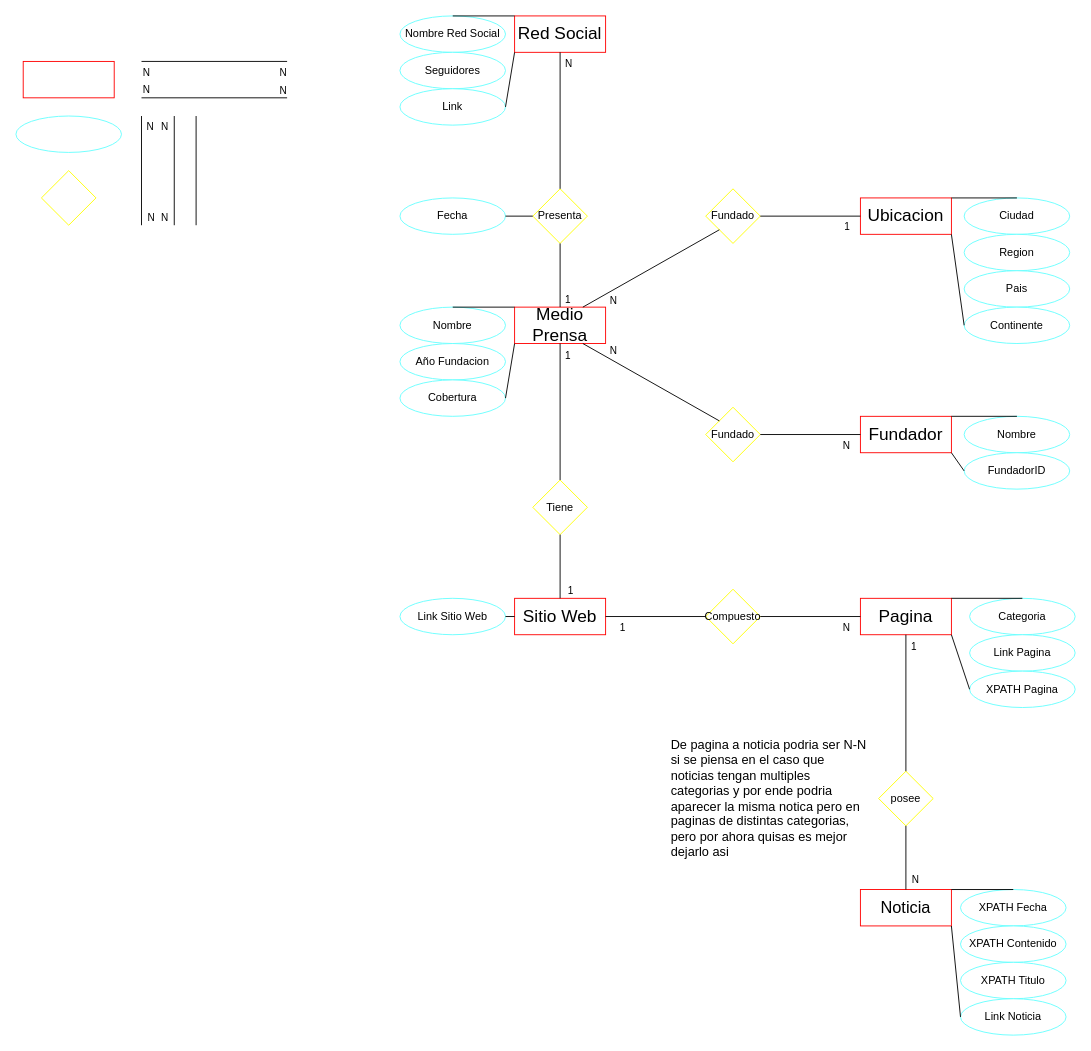
Before: Diagrama V2.drawio in RenatoAtencio/INFO133-equipo06, a draw.io diagram. Source tidied: cells renumbered, new cells numbered last; positions are measured from the earlier drawing's top-left corner, leaving out a move shared by most shapes. Both pictures are drawn from the tidied source at 91%, with x=0, y=0 at pixel (15, 15).
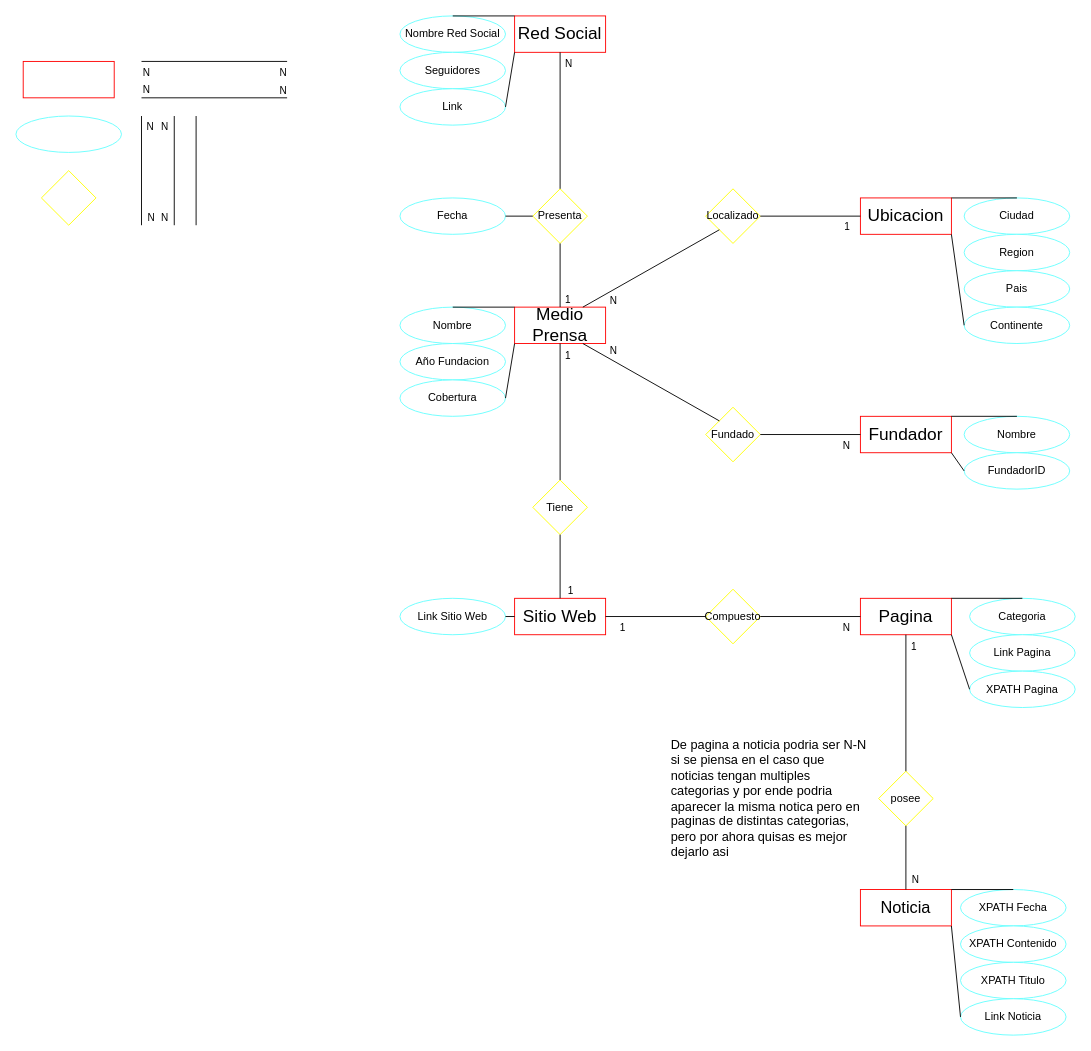
Above is the later version.

Commit message (it also covers changes not shown here):
Modelo Relacional y pequeño cambio en diagrama

Change to the diagram source:
```diff
@@
-    <mxCell id="36" value="Fundado" style="rhombus;whiteSpace=wrap;html=1;strokeColor=#FFFF00;" parent="1" vertex="1">
+    <mxCell id="36" value="Localizado" style="rhombus;whiteSpace=wrap;html=1;strokeColor=#FFFF00;" parent="1" vertex="1">
       <mxGeometry x="758" y="190" width="60" height="60" as="geometry" />
     </mxCell>
```
